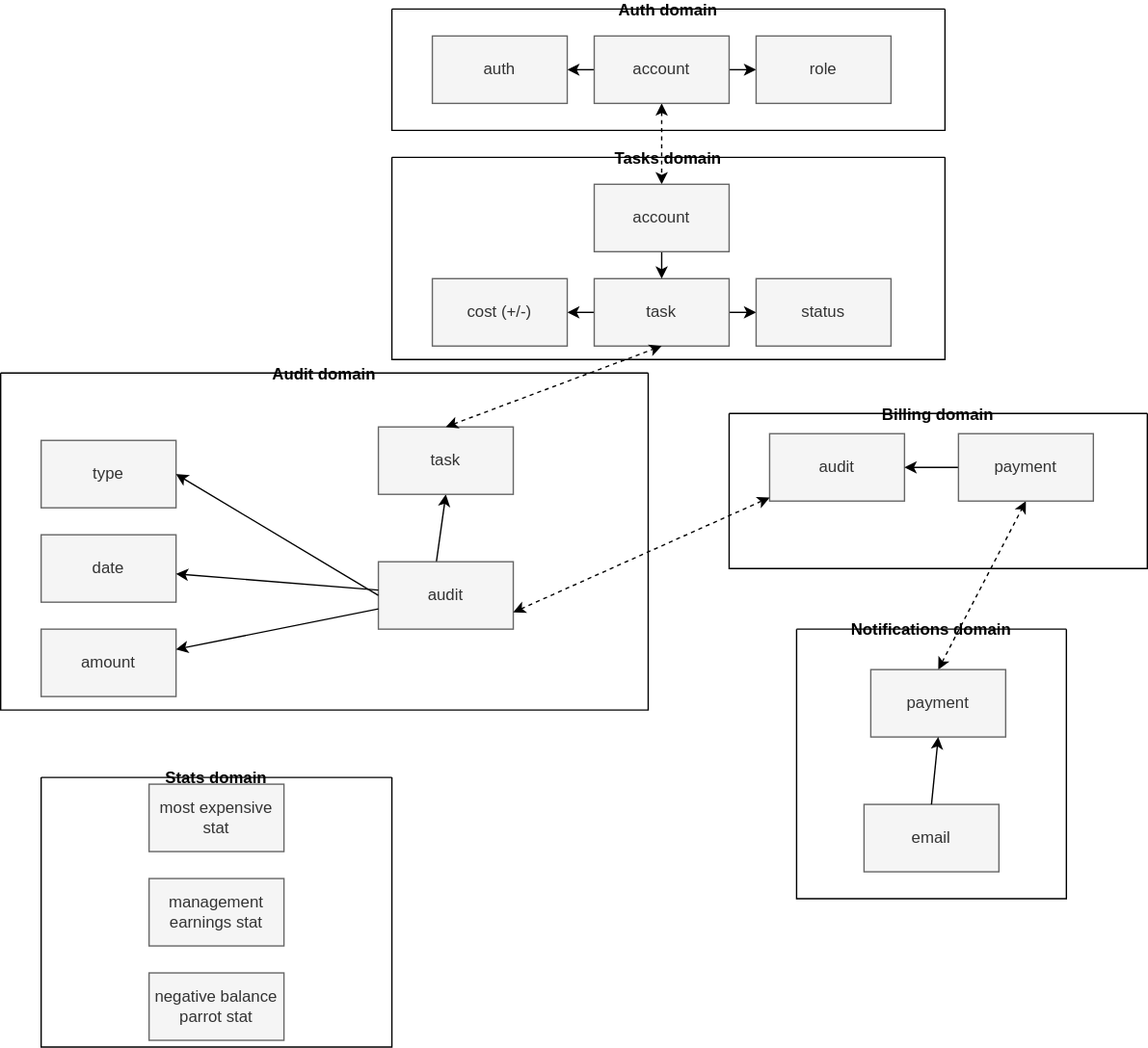
Before: diagrams/3_domains.svg, a diagram exported from draw.io (stroykova/aTES). Source tidied: cells renumbered, new cells last; positions are measured from the earlier drawing's top-left corner, leaving out a move shared by most shapes. Source of this version:
```xml
<mxGraphModel>
  <root>
    <mxCell id="0" />
    <mxCell id="1" parent="0" />
    <mxCell id="2" style="edgeStyle=none;html=1;" parent="1" edge="1" source="5" target="6">
      <mxGeometry relative="1" as="geometry" />
    </mxCell>
    <mxCell id="3" style="edgeStyle=none;html=1;" parent="1" edge="1" source="5" target="7">
      <mxGeometry relative="1" as="geometry" />
    </mxCell>
    <mxCell id="4" style="edgeStyle=none;html=1;dashed=1;startArrow=classic;startFill=1;" parent="1" edge="1" source="5" target="17">
      <mxGeometry relative="1" as="geometry" />
    </mxCell>
    <mxCell id="5" value="account" style="rounded=0;whiteSpace=wrap;html=1;fillColor=#f5f5f5;fontColor=#333333;strokeColor=#666666;" parent="1" vertex="1">
      <mxGeometry x="440" y="20" width="100" height="50" as="geometry" />
    </mxCell>
    <mxCell id="6" value="role" style="rounded=0;whiteSpace=wrap;html=1;fillColor=#f5f5f5;fontColor=#333333;strokeColor=#666666;" parent="1" vertex="1">
      <mxGeometry x="560" y="20" width="100" height="50" as="geometry" />
    </mxCell>
    <mxCell id="7" value="auth" style="rounded=0;whiteSpace=wrap;html=1;fillColor=#f5f5f5;fontColor=#333333;strokeColor=#666666;" parent="1" vertex="1">
      <mxGeometry x="320" y="20" width="100" height="50" as="geometry" />
    </mxCell>
    <mxCell id="8" style="edgeStyle=none;html=1;" parent="1" edge="1" source="10" target="11">
      <mxGeometry relative="1" as="geometry" />
    </mxCell>
    <mxCell id="9" style="edgeStyle=none;html=1;entryX=0;entryY=0.5;entryDx=0;entryDy=0;" parent="1" edge="1" source="10" target="12">
      <mxGeometry relative="1" as="geometry" />
    </mxCell>
    <mxCell id="10" value="task" style="rounded=0;whiteSpace=wrap;html=1;fillColor=#f5f5f5;fontColor=#333333;strokeColor=#666666;" parent="1" vertex="1">
      <mxGeometry x="440" y="200" width="100" height="50" as="geometry" />
    </mxCell>
    <mxCell id="11" value="cost (+/-)" style="rounded=0;whiteSpace=wrap;html=1;fillColor=#f5f5f5;fontColor=#333333;strokeColor=#666666;" parent="1" vertex="1">
      <mxGeometry x="320" y="200" width="100" height="50" as="geometry" />
    </mxCell>
    <mxCell id="12" value="status" style="rounded=0;whiteSpace=wrap;html=1;fillColor=#f5f5f5;fontColor=#333333;strokeColor=#666666;" parent="1" vertex="1">
      <mxGeometry x="560" y="200" width="100" height="50" as="geometry" />
    </mxCell>
    <mxCell id="13" style="edgeStyle=none;html=1;exitX=0.5;exitY=0;exitDx=0;exitDy=0;startArrow=classic;entryX=0.5;entryY=1;entryDx=0;entryDy=0;startFill=1;dashed=1;" parent="1" edge="1" source="36" target="32">
      <mxGeometry relative="1" as="geometry" />
    </mxCell>
    <mxCell id="14" value="Auth domain" style="swimlane;startSize=0;" parent="1" vertex="1">
      <mxGeometry x="290" width="410" height="90" as="geometry" />
    </mxCell>
    <mxCell id="15" value="Tasks domain" style="swimlane;startSize=0;" parent="1" vertex="1">
      <mxGeometry x="290" y="110" width="410" height="150" as="geometry" />
    </mxCell>
    <mxCell id="16" style="edgeStyle=none;html=1;" parent="1" edge="1" source="17" target="10">
      <mxGeometry relative="1" as="geometry" />
    </mxCell>
    <mxCell id="17" value="account" style="rounded=0;whiteSpace=wrap;html=1;fillColor=#f5f5f5;fontColor=#333333;strokeColor=#666666;" parent="1" vertex="1">
      <mxGeometry x="440" y="130" width="100" height="50" as="geometry" />
    </mxCell>
    <mxCell id="18" value="Audit domain" style="swimlane;startSize=0;" parent="1" vertex="1">
      <mxGeometry y="270" width="480" height="250" as="geometry" />
    </mxCell>
    <mxCell id="19" style="edgeStyle=none;html=1;exitX=0.43;exitY=0;exitDx=0;exitDy=0;entryX=0.5;entryY=1;entryDx=0;entryDy=0;startArrow=none;startFill=0;exitPerimeter=0;" parent="18" edge="1" source="20" target="27">
      <mxGeometry relative="1" as="geometry" />
    </mxCell>
    <mxCell id="20" value="audit" style="rounded=0;whiteSpace=wrap;html=1;fillColor=#f5f5f5;fontColor=#333333;strokeColor=#666666;" parent="18" vertex="1">
      <mxGeometry x="280" y="140" width="100" height="50" as="geometry" />
    </mxCell>
    <mxCell id="21" value="type" style="rounded=0;whiteSpace=wrap;html=1;fillColor=#f5f5f5;fontColor=#333333;strokeColor=#666666;" parent="18" vertex="1">
      <mxGeometry x="30" y="50" width="100" height="50" as="geometry" />
    </mxCell>
    <mxCell id="22" style="edgeStyle=none;html=1;exitX=0;exitY=0.5;exitDx=0;exitDy=0;entryX=1;entryY=0.5;entryDx=0;entryDy=0;" parent="18" edge="1" source="20" target="21">
      <mxGeometry relative="1" as="geometry" />
    </mxCell>
    <mxCell id="23" value="amount" style="rounded=0;whiteSpace=wrap;html=1;fillColor=#f5f5f5;fontColor=#333333;strokeColor=#666666;" parent="18" vertex="1">
      <mxGeometry x="30" y="190" width="100" height="50" as="geometry" />
    </mxCell>
    <mxCell id="24" style="edgeStyle=none;html=1;" parent="18" edge="1" source="20" target="23">
      <mxGeometry relative="1" as="geometry" />
    </mxCell>
    <mxCell id="25" value="date" style="rounded=0;whiteSpace=wrap;html=1;fillColor=#f5f5f5;fontColor=#333333;strokeColor=#666666;" parent="18" vertex="1">
      <mxGeometry x="30" y="120" width="100" height="50" as="geometry" />
    </mxCell>
    <mxCell id="26" style="edgeStyle=none;html=1;" parent="18" edge="1" source="20" target="25">
      <mxGeometry relative="1" as="geometry" />
    </mxCell>
    <mxCell id="27" value="task" style="rounded=0;whiteSpace=wrap;html=1;fillColor=#f5f5f5;fontColor=#333333;strokeColor=#666666;" parent="18" vertex="1">
      <mxGeometry x="280" y="40" width="100" height="50" as="geometry" />
    </mxCell>
    <mxCell id="28" style="edgeStyle=none;html=1;exitX=0.5;exitY=0;exitDx=0;exitDy=0;entryX=0.5;entryY=1;entryDx=0;entryDy=0;startArrow=classic;startFill=1;dashed=1;" parent="1" edge="1" source="27" target="10">
      <mxGeometry relative="1" as="geometry" />
    </mxCell>
    <mxCell id="29" value="Billing domain" style="swimlane;startSize=0;" parent="1" vertex="1">
      <mxGeometry x="540" y="300" width="310" height="115" as="geometry" />
    </mxCell>
    <mxCell id="30" value="audit" style="rounded=0;whiteSpace=wrap;html=1;fillColor=#f5f5f5;fontColor=#333333;strokeColor=#666666;" parent="29" vertex="1">
      <mxGeometry x="30" y="15" width="100" height="50" as="geometry" />
    </mxCell>
    <mxCell id="31" style="edgeStyle=none;html=1;startArrow=none;startFill=0;" parent="29" edge="1" source="32" target="30">
      <mxGeometry relative="1" as="geometry" />
    </mxCell>
    <mxCell id="32" value="payment" style="rounded=0;whiteSpace=wrap;html=1;fillColor=#f5f5f5;fontColor=#333333;strokeColor=#666666;" parent="29" vertex="1">
      <mxGeometry x="170" y="15" width="100" height="50" as="geometry" />
    </mxCell>
    <mxCell id="33" style="edgeStyle=none;html=1;exitX=1;exitY=0.75;exitDx=0;exitDy=0;dashed=1;startArrow=classic;startFill=1;" parent="1" edge="1" source="20" target="30">
      <mxGeometry relative="1" as="geometry" />
    </mxCell>
    <mxCell id="34" value="Notifications domain" style="swimlane;startSize=0;" parent="1" vertex="1">
      <mxGeometry x="590" y="460" width="200" height="200" as="geometry" />
    </mxCell>
    <mxCell id="35" value="email" style="rounded=0;whiteSpace=wrap;html=1;fillColor=#f5f5f5;fontColor=#333333;strokeColor=#666666;" parent="34" vertex="1">
      <mxGeometry x="50" y="130" width="100" height="50" as="geometry" />
    </mxCell>
    <mxCell id="36" value="payment" style="rounded=0;whiteSpace=wrap;html=1;fillColor=#f5f5f5;fontColor=#333333;strokeColor=#666666;" parent="34" vertex="1">
      <mxGeometry x="55" y="30" width="100" height="50" as="geometry" />
    </mxCell>
    <mxCell id="37" style="edgeStyle=none;html=1;exitX=0.5;exitY=0;exitDx=0;exitDy=0;entryX=0.5;entryY=1;entryDx=0;entryDy=0;endArrow=classic;endFill=1;" parent="34" edge="1" source="35" target="36">
      <mxGeometry relative="1" as="geometry" />
    </mxCell>
    <mxCell id="38" value="Stats domain" style="swimlane;startSize=0;" parent="1" vertex="1">
      <mxGeometry x="30" y="570" width="260" height="200" as="geometry" />
    </mxCell>
    <mxCell id="39" value="most expensive stat" style="rounded=0;whiteSpace=wrap;html=1;fillColor=#f5f5f5;fontColor=#333333;strokeColor=#666666;" parent="38" vertex="1">
      <mxGeometry x="80" y="5" width="100" height="50" as="geometry" />
    </mxCell>
    <mxCell id="40" value="management earnings stat" style="rounded=0;whiteSpace=wrap;html=1;fillColor=#f5f5f5;fontColor=#333333;strokeColor=#666666;" parent="38" vertex="1">
      <mxGeometry x="80" y="75" width="100" height="50" as="geometry" />
    </mxCell>
    <mxCell id="41" value="negative balance parrot stat" style="rounded=0;whiteSpace=wrap;html=1;fillColor=#f5f5f5;fontColor=#333333;strokeColor=#666666;" parent="38" vertex="1">
      <mxGeometry x="80" y="145" width="100" height="50" as="geometry" />
    </mxCell>
  </root>
</mxGraphModel>
```
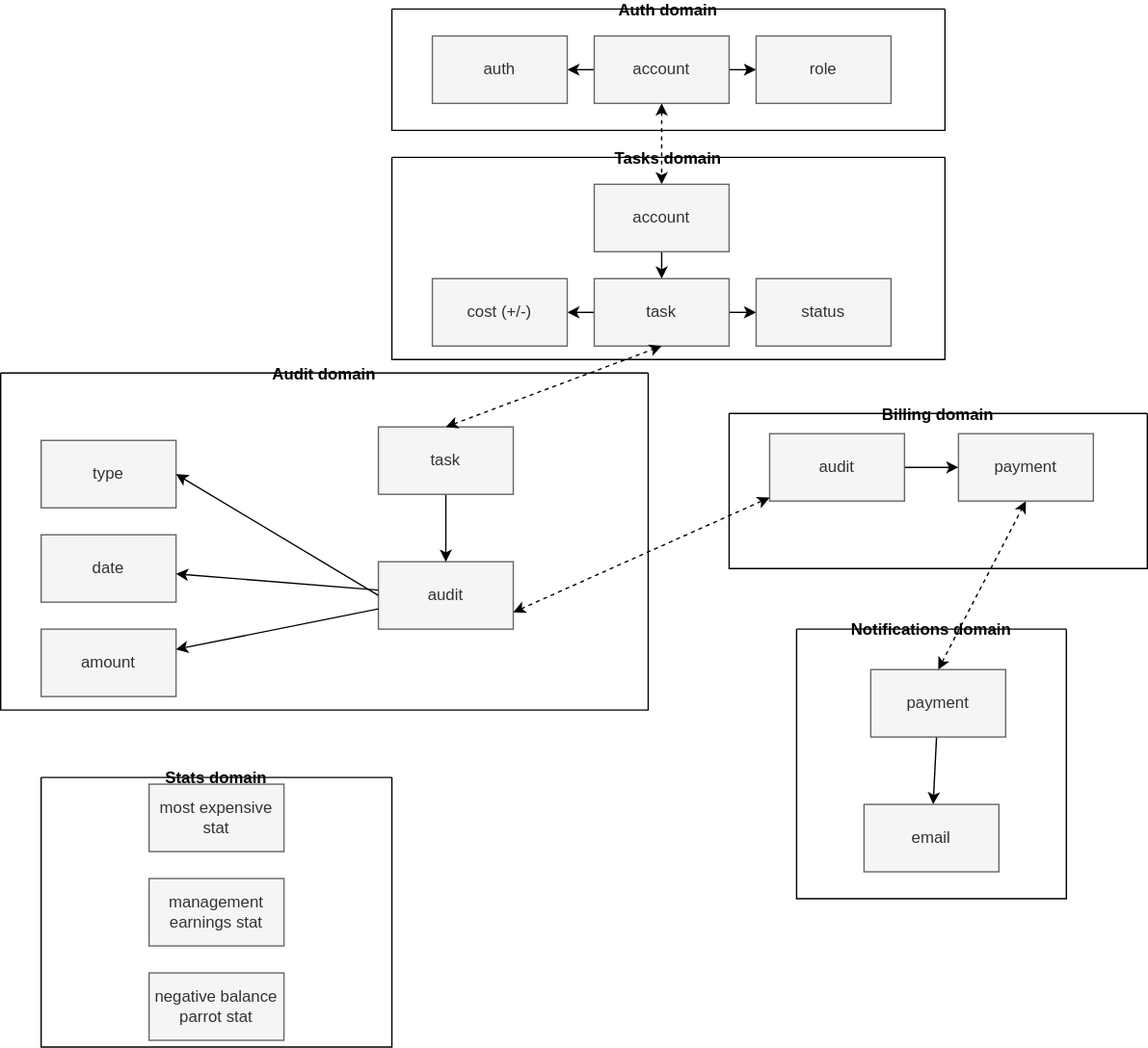
After the commit.

Diff of the diagram source:
```diff
@@ -53,9 +53,6 @@
     <mxCell id="18" value="Audit domain" style="swimlane;startSize=0;" parent="1" vertex="1">
       <mxGeometry y="270" width="480" height="250" as="geometry" />
     </mxCell>
-    <mxCell id="19" style="edgeStyle=none;html=1;exitX=0.43;exitY=0;exitDx=0;exitDy=0;entryX=0.5;entryY=1;entryDx=0;entryDy=0;startArrow=none;startFill=0;exitPerimeter=0;" parent="18" edge="1" source="20" target="27">
-      <mxGeometry relative="1" as="geometry" />
-    </mxCell>
     <mxCell id="20" value="audit" style="rounded=0;whiteSpace=wrap;html=1;fillColor=#f5f5f5;fontColor=#333333;strokeColor=#666666;" parent="18" vertex="1">
       <mxGeometry x="280" y="140" width="100" height="50" as="geometry" />
     </mxCell>
@@ -77,6 +74,9 @@
     <mxCell id="26" style="edgeStyle=none;html=1;" parent="18" edge="1" source="20" target="25">
       <mxGeometry relative="1" as="geometry" />
     </mxCell>
+    <mxCell id="42" style="edgeStyle=none;html=1;startArrow=none;startFill=0;endArrow=classic;endFill=1;" parent="18" edge="1" source="27" target="20">
+      <mxGeometry relative="1" as="geometry" />
+    </mxCell>
     <mxCell id="27" value="task" style="rounded=0;whiteSpace=wrap;html=1;fillColor=#f5f5f5;fontColor=#333333;strokeColor=#666666;" parent="18" vertex="1">
       <mxGeometry x="280" y="40" width="100" height="50" as="geometry" />
     </mxCell>
@@ -86,12 +86,12 @@
     <mxCell id="29" value="Billing domain" style="swimlane;startSize=0;" parent="1" vertex="1">
       <mxGeometry x="540" y="300" width="310" height="115" as="geometry" />
     </mxCell>
+    <mxCell id="43" style="edgeStyle=none;html=1;startArrow=none;startFill=0;endArrow=classic;endFill=1;" parent="29" edge="1" source="30" target="32">
+      <mxGeometry relative="1" as="geometry" />
+    </mxCell>
     <mxCell id="30" value="audit" style="rounded=0;whiteSpace=wrap;html=1;fillColor=#f5f5f5;fontColor=#333333;strokeColor=#666666;" parent="29" vertex="1">
       <mxGeometry x="30" y="15" width="100" height="50" as="geometry" />
     </mxCell>
-    <mxCell id="31" style="edgeStyle=none;html=1;startArrow=none;startFill=0;" parent="29" edge="1" source="32" target="30">
-      <mxGeometry relative="1" as="geometry" />
-    </mxCell>
     <mxCell id="32" value="payment" style="rounded=0;whiteSpace=wrap;html=1;fillColor=#f5f5f5;fontColor=#333333;strokeColor=#666666;" parent="29" vertex="1">
       <mxGeometry x="170" y="15" width="100" height="50" as="geometry" />
     </mxCell>
@@ -104,12 +104,12 @@
     <mxCell id="35" value="email" style="rounded=0;whiteSpace=wrap;html=1;fillColor=#f5f5f5;fontColor=#333333;strokeColor=#666666;" parent="34" vertex="1">
       <mxGeometry x="50" y="130" width="100" height="50" as="geometry" />
     </mxCell>
+    <mxCell id="44" style="edgeStyle=none;html=1;startArrow=none;startFill=0;endArrow=classic;endFill=1;" parent="34" edge="1" source="36" target="35">
+      <mxGeometry relative="1" as="geometry" />
+    </mxCell>
     <mxCell id="36" value="payment" style="rounded=0;whiteSpace=wrap;html=1;fillColor=#f5f5f5;fontColor=#333333;strokeColor=#666666;" parent="34" vertex="1">
       <mxGeometry x="55" y="30" width="100" height="50" as="geometry" />
     </mxCell>
-    <mxCell id="37" style="edgeStyle=none;html=1;exitX=0.5;exitY=0;exitDx=0;exitDy=0;entryX=0.5;entryY=1;entryDx=0;entryDy=0;endArrow=classic;endFill=1;" parent="34" edge="1" source="35" target="36">
-      <mxGeometry relative="1" as="geometry" />
-    </mxCell>
     <mxCell id="38" value="Stats domain" style="swimlane;startSize=0;" parent="1" vertex="1">
       <mxGeometry x="30" y="570" width="260" height="200" as="geometry" />
     </mxCell>
```
